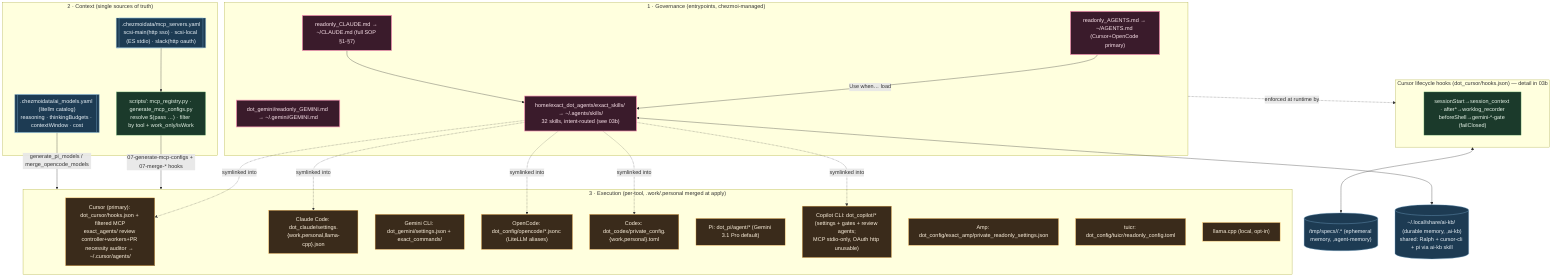
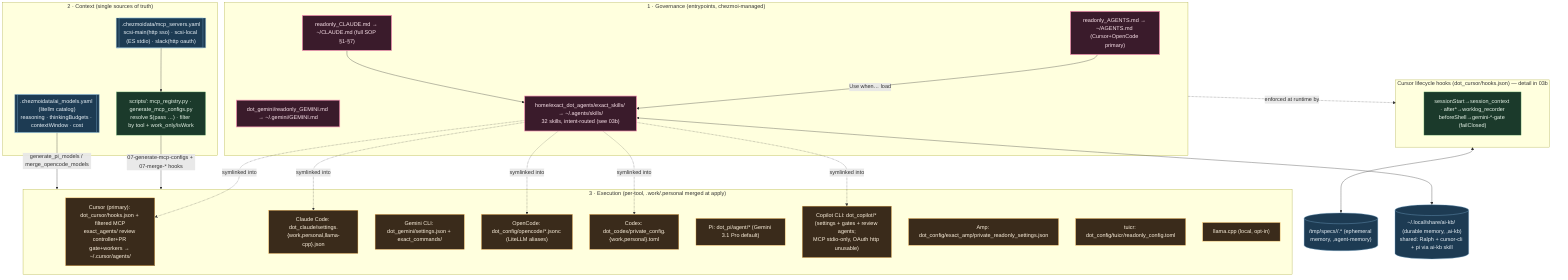
%% ============================================================================
%% 03-agentic-os.mmd — Agentic OS: governance + context + execution layers.
%% Entry SOPs + MCP/model registries + per-tool config generation.
%% Skills/hooks file-level detail → 03b. Per-tool config files → 12.
%% ============================================================================
flowchart TB
    classDef gov fill:#3a1b2b,stroke:#f48fb1,color:#fce4ec,stroke-width:2px;
    classDef ctx fill:#1b3a2b,stroke:#81c784,color:#e8f5e9;
    classDef exec fill:#3a2b1b,stroke:#ffb74d,color:#fff3e0;
    classDef data fill:#1d3b53,stroke:#7fb3d5,color:#eaf2f8;

    subgraph GOV["1 · Governance (entrypoints, chezmoi-managed)"]
        AG["readonly_AGENTS.md → ~/AGENTS.md (Cursor+OpenCode primary)"]:::gov
        CL["readonly_CLAUDE.md → ~/CLAUDE.md (full SOP §1-§7)"]:::gov
        GM["dot_gemini/readonly_GEMINI.md → ~/.gemini/GEMINI.md"]:::gov
        SK["home/exact_dot_agents/exact_skills/ → ~/.agents/skills/<br/>32 skills, intent-routed (see 03b)"]:::gov
        AG -->|Use when… load| SK
        CL --> SK
    end

    subgraph CTX["2 · Context (single sources of truth)"]
        REG[[".chezmoidata/mcp_servers.yaml<br/>scsi-main(http sso) · scsi-local (ES stdio) · slack(http oauth)"]]:::data
        MODELS[[".chezmoidata/ai_models.yaml (litellm catalog)<br/>reasoning · thinkingBudgets · contextWindow · cost"]]:::data
        GEN["scripts/: mcp_registry.py · generate_mcp_configs.py<br/>resolve $(pass …) · filter by tool + work_only/isWork"]:::ctx
        REG --> GEN
    end

    subgraph EXECL["3 · Execution (per-tool, .work/.personal merged at apply)"]
-         CURSOR["Cursor (primary): dot_cursor/hooks.json + filtered MCP<br/>exact_agents/ review controller+workers+PR necessity auditor → ~/.cursor/agents/"]:::exec
+         CURSOR["Cursor (primary): dot_cursor/hooks.json + filtered MCP<br/>exact_agents/ review controller+PR gate+workers → ~/.cursor/agents/"]:::exec
        CLAUDE["Claude Code: dot_claude/settings.{work,personal,llama-cpp}.json"]:::exec
        GEMINI["Gemini CLI: dot_gemini/settings.json + exact_commands/"]:::exec
        OPENCODE["OpenCode: dot_config/opencode/*.jsonc (LiteLLM aliases)"]:::exec
        CODEX["Codex: dot_codex/private_config.{work,personal}.toml"]:::exec
        PI["Pi: dot_pi/agent/* (Gemini 3.1 Pro default)"]:::exec
        COPILOT["Copilot CLI: dot_copilot/* (settings + gates + review agents;<br/>MCP stdio-only, OAuth http unusable)"]:::exec
        AMP["Amp: dot_config/exact_amp/private_readonly_settings.json"]:::exec
        TUICR["tuicr: dot_config/tuicr/readonly_config.toml"]:::exec
        LOCAL["llama.cpp (local, opt-in)"]:::exec
    end

    GEN -->|07-generate-mcp-configs + 07-merge-* hooks| EXECL
    MODELS -->|generate_pi_models / merge_opencode_models| EXECL
    SK -. symlinked into .-> CURSOR & CLAUDE & OPENCODE & CODEX & COPILOT

    subgraph HOOKS["Cursor lifecycle hooks (dot_cursor/hooks.json) — detail in 03b"]
        H["sessionStart→session_context · after*→worklog_recorder<br/>beforeShell→gemini-*-gate (failClosed)"]:::ctx
    end
    GOV -.enforced at runtime by.-> HOOKS
    MEM[("/tmp/specs/<pwd>/<topic>.* (ephemeral memory, ,agent-memory)")]:::data
    HOOKS <--> MEM
    KBDB[("~/.local/share/ai-kb/ (durable memory, ,ai-kb)<br/>shared: Ralph + cursor-cli + pi via ai-kb skill")]:::data
    SK <--> KBDB
